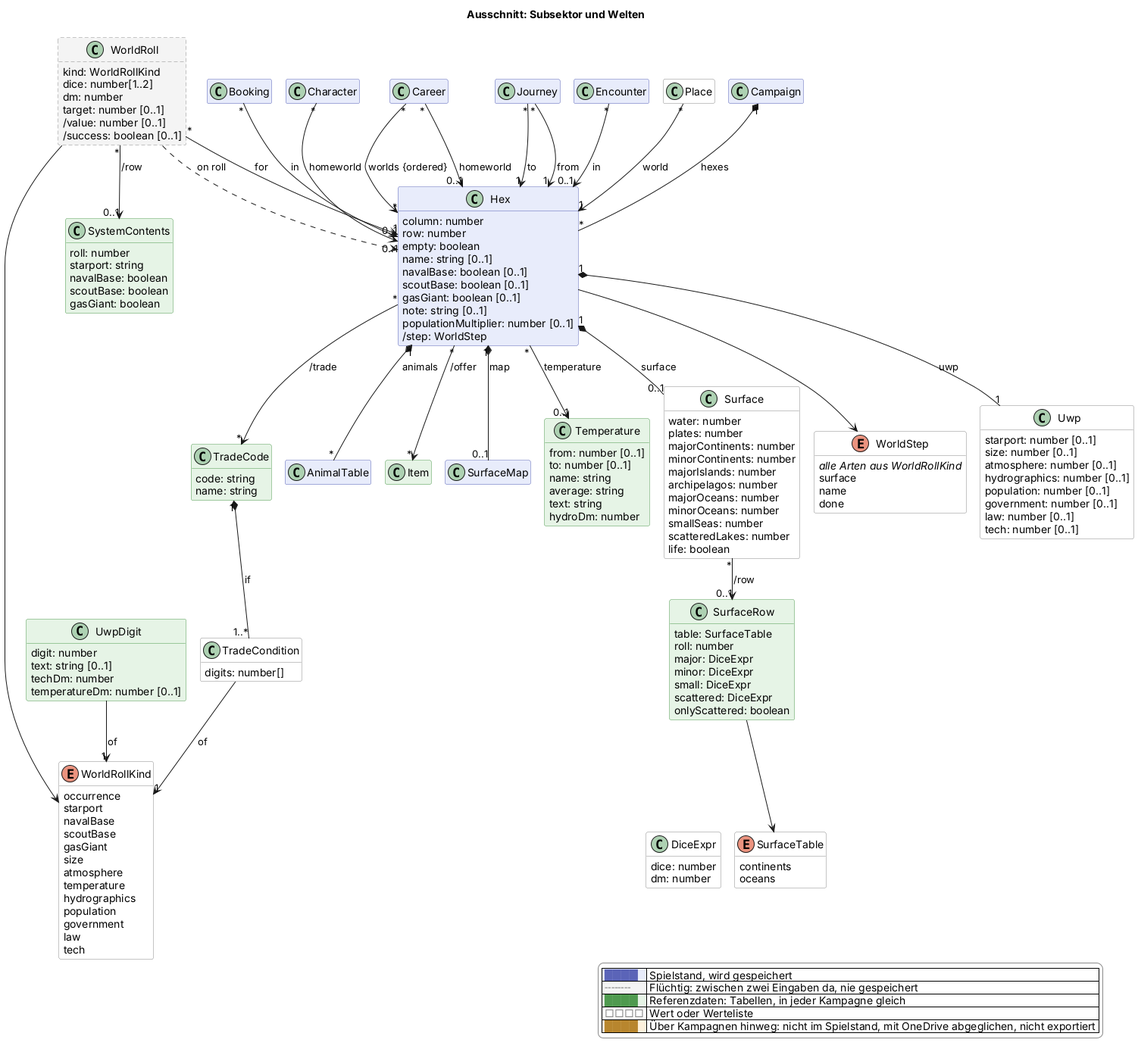
scuzzar/SRE keeps this PlantUML diagram as docs/views/sektor.png. Above is the earlier version.
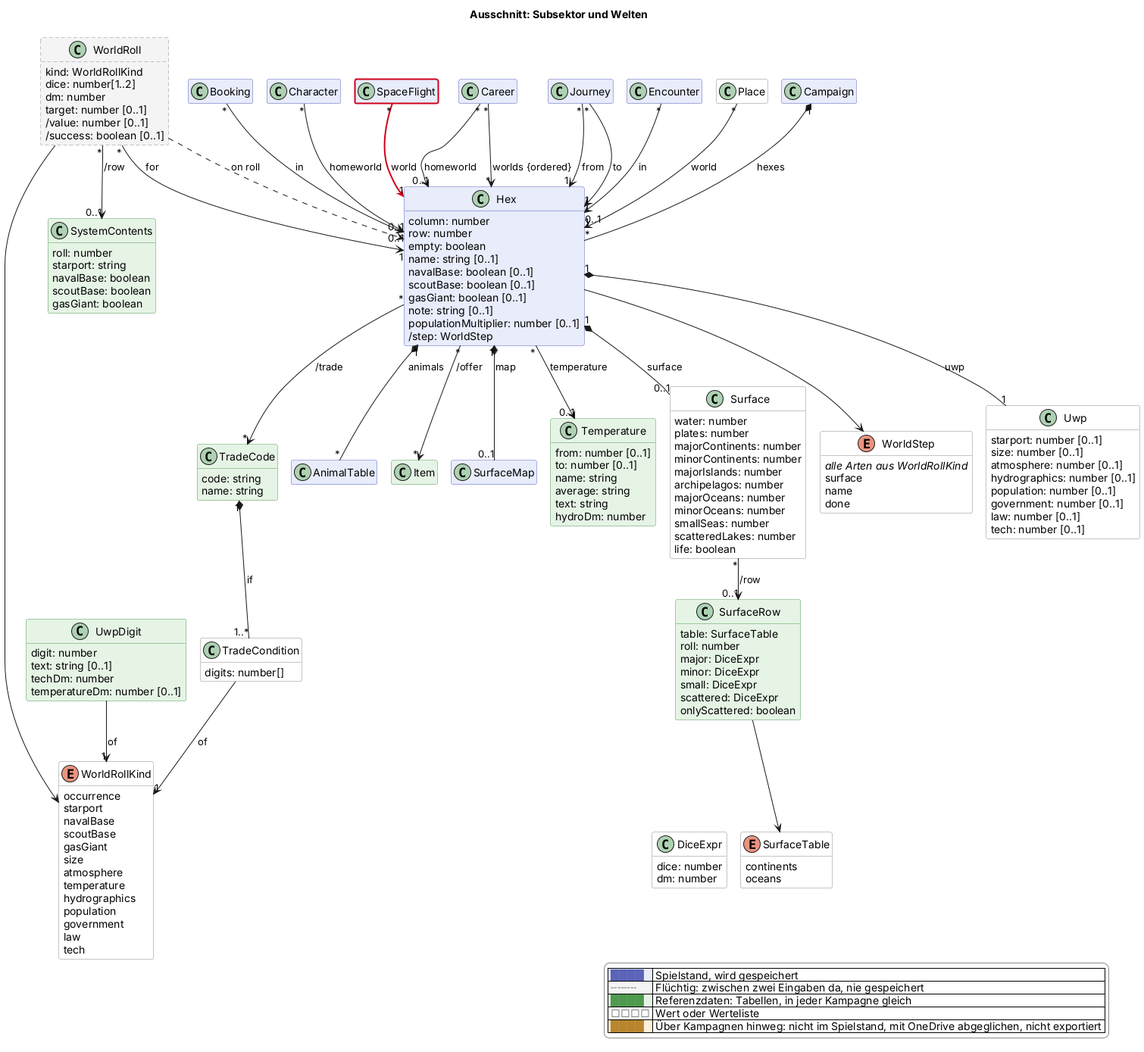
The same diagram one commit later.

Change to the diagram source:
```diff
@@ -73,6 +73,8 @@
   class Booking $shop
   class Character $charakter
 
+
+  class SpaceFlight $raum $newClass("2026-11-18")
 
   class Career $erschaffung
 
@@ -199,6 +201,8 @@
 Booking "*" --> "0..1" Hex : in
 
 
+SpaceFlight "*" -$newArrow("2026-11-18")-> "1" Hex : world
+
 Journey "*" --> "1" Hex : from
 Journey "*" --> "1" Hex : to
 
```
